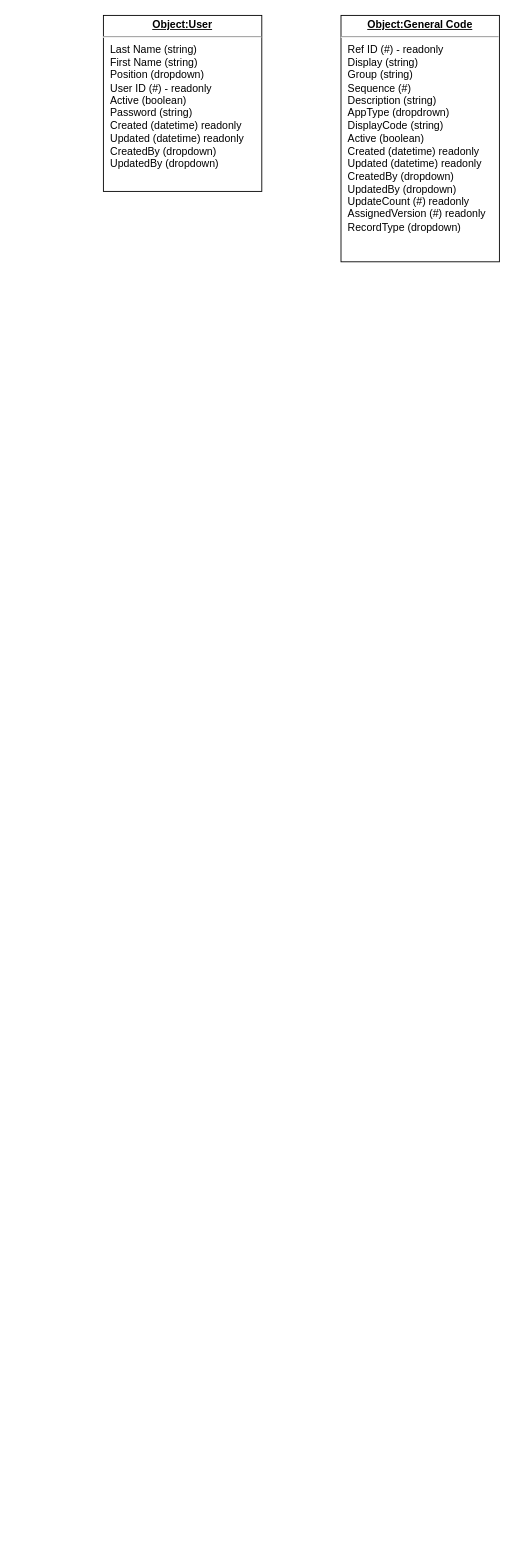
haclong/drawings keeps this draw.io diagram as page "Objects" (2 of 13) of hnc.drawio. Above is the earlier version. Source tidied: cells renumbered, new cells numbered last; positions are measured from the earlier drawing's top-left corner, leaving out a move shared by most shapes. Both pictures are drawn from the tidied source at 88%, with x=0, y=0 at pixel (103, 15).
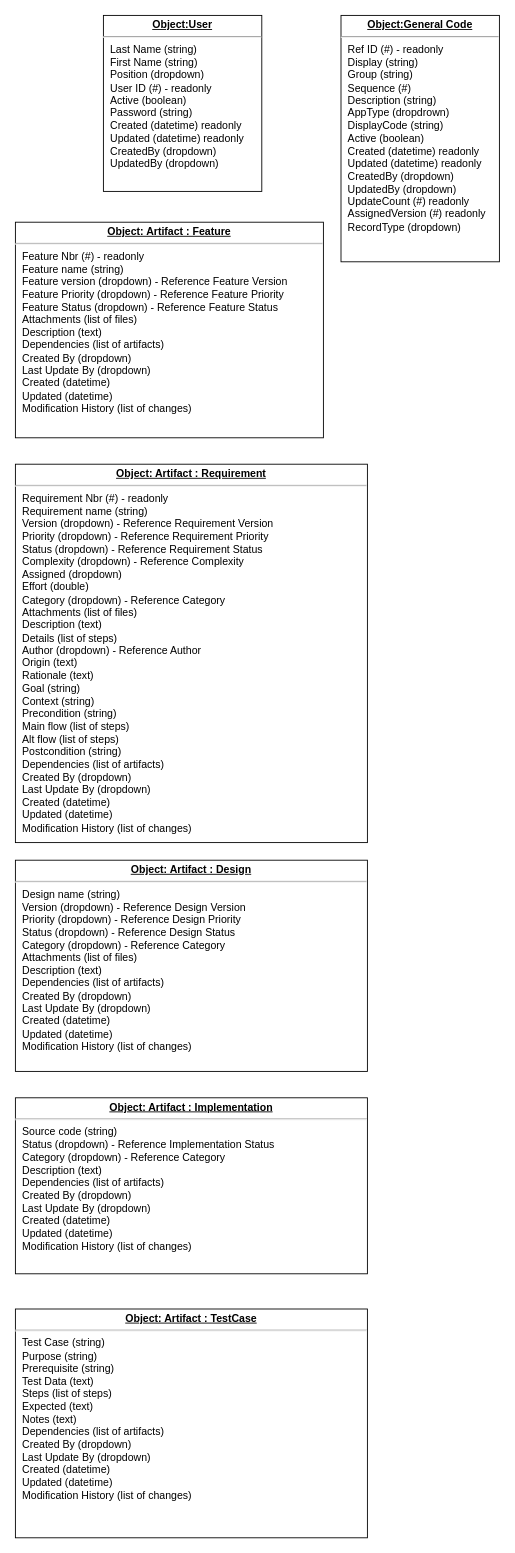
After the change.

What changed in the source:
```diff
@@
 <mxGraphModel>
   <root>
     <mxCell id="0" />
     <mxCell id="1" parent="0" />
     <mxCell id="2" value="&lt;p style=&quot;margin: 0px ; margin-top: 4px ; text-align: center ; text-decoration: underline&quot;&gt;&lt;b&gt;Object:User&lt;/b&gt;&lt;/p&gt;&lt;hr&gt;&lt;p style=&quot;margin: 0px ; margin-left: 8px&quot;&gt;Last Name (string)&lt;/p&gt;&lt;p style=&quot;margin: 0px ; margin-left: 8px&quot;&gt;First Name (string)&lt;/p&gt;&lt;p style=&quot;margin: 0px ; margin-left: 8px&quot;&gt;Position (dropdown)&lt;/p&gt;&lt;p style=&quot;margin: 0px ; margin-left: 8px&quot;&gt;User ID (#) - readonly&lt;/p&gt;&lt;p style=&quot;margin: 0px ; margin-left: 8px&quot;&gt;Active (boolean)&lt;/p&gt;&lt;p style=&quot;margin: 0px ; margin-left: 8px&quot;&gt;Password (string)&lt;/p&gt;&lt;p style=&quot;margin: 0px ; margin-left: 8px&quot;&gt;Created (datetime) readonly&lt;br&gt;&lt;/p&gt;&lt;p style=&quot;margin: 0px ; margin-left: 8px&quot;&gt;Updated (datetime) readonly&lt;br&gt;&lt;/p&gt;&lt;p style=&quot;margin: 0px ; margin-left: 8px&quot;&gt;CreatedBy (dropdown)&lt;/p&gt;&lt;p style=&quot;margin: 0px ; margin-left: 8px&quot;&gt;UpdatedBy (dropdown)&lt;br&gt;&lt;/p&gt;" style="verticalAlign=top;align=left;overflow=fill;fontSize=12;fontFamily=Helvetica;html=1;" parent="1" vertex="1">
       <mxGeometry width="180" height="200" as="geometry" />
     </mxCell>
     <mxCell id="3" value="&lt;p style=&quot;margin: 0px ; margin-top: 4px ; text-align: center ; text-decoration: underline&quot;&gt;&lt;b&gt;Object:General Code&lt;br&gt;&lt;/b&gt;&lt;/p&gt;&lt;hr&gt;&lt;p style=&quot;margin: 0px ; margin-left: 8px&quot;&gt;Ref ID (#) - readonly&lt;/p&gt;&lt;p style=&quot;margin: 0px ; margin-left: 8px&quot;&gt;Display (string)&lt;/p&gt;&lt;p style=&quot;margin: 0px ; margin-left: 8px&quot;&gt;Group (string)&lt;br&gt;&lt;/p&gt;&lt;p style=&quot;margin: 0px ; margin-left: 8px&quot;&gt;Sequence (#)&lt;/p&gt;&lt;p style=&quot;margin: 0px ; margin-left: 8px&quot;&gt;Description (string)&lt;/p&gt;&lt;p style=&quot;margin: 0px ; margin-left: 8px&quot;&gt;AppType (dropdrown)&lt;/p&gt;&lt;p style=&quot;margin: 0px ; margin-left: 8px&quot;&gt;DisplayCode (string)&lt;/p&gt;&lt;p style=&quot;margin: 0px ; margin-left: 8px&quot;&gt;Active (boolean)&lt;/p&gt;&lt;p style=&quot;margin: 0px ; margin-left: 8px&quot;&gt;Created (datetime) readonly&lt;/p&gt;&lt;p style=&quot;margin: 0px ; margin-left: 8px&quot;&gt;Updated (datetime) readonly&lt;/p&gt;&lt;p style=&quot;margin: 0px ; margin-left: 8px&quot;&gt;CreatedBy (dropdown)&lt;/p&gt;&lt;p style=&quot;margin: 0px ; margin-left: 8px&quot;&gt;UpdatedBy (dropdown)&lt;/p&gt;&lt;p style=&quot;margin: 0px ; margin-left: 8px&quot;&gt;UpdateCount (#) readonly&lt;/p&gt;&lt;p style=&quot;margin: 0px ; margin-left: 8px&quot;&gt;AssignedVersion (#) readonly&lt;/p&gt;&lt;p style=&quot;margin: 0px ; margin-left: 8px&quot;&gt;RecordType (dropdown)&lt;br&gt;&lt;/p&gt;" style="verticalAlign=top;align=left;overflow=fill;fontSize=12;fontFamily=Helvetica;html=1;" parent="1" vertex="1">
       <mxGeometry x="270" width="180" height="280" as="geometry" />
     </mxCell>
+    <mxCell id="4" value="&lt;p style=&quot;margin: 0px ; margin-top: 4px ; text-align: center ; text-decoration: underline&quot;&gt;&lt;b&gt;Object: Artifact : Feature&lt;br&gt;&lt;/b&gt;&lt;/p&gt;&lt;hr&gt;&lt;p style=&quot;margin: 0px ; margin-left: 8px&quot;&gt;Feature Nbr (#) - readonly&lt;/p&gt;&lt;p style=&quot;margin: 0px ; margin-left: 8px&quot;&gt;Feature name (string)&lt;/p&gt;&lt;p style=&quot;margin: 0px ; margin-left: 8px&quot;&gt;Feature version (dropdown) - Reference Feature Version&lt;br&gt;&lt;/p&gt;&lt;p style=&quot;margin: 0px ; margin-left: 8px&quot;&gt;Feature Priority (dropdown) - Reference Feature Priority&lt;/p&gt;&lt;p style=&quot;margin: 0px ; margin-left: 8px&quot;&gt;Feature Status (dropdown) - Reference Feature Status&lt;/p&gt;&lt;p style=&quot;margin: 0px ; margin-left: 8px&quot;&gt;Attachments (list of files)&lt;/p&gt;&lt;p style=&quot;margin: 0px ; margin-left: 8px&quot;&gt;Description (text)&lt;/p&gt;&lt;p style=&quot;margin: 0px ; margin-left: 8px&quot;&gt;Dependencies (list of artifacts)&lt;/p&gt;&lt;p style=&quot;margin: 0px ; margin-left: 8px&quot;&gt;Created By (dropdown)&lt;/p&gt;&lt;p style=&quot;margin: 0px ; margin-left: 8px&quot;&gt;Last Update By (dropdown)&lt;/p&gt;&lt;p style=&quot;margin: 0px ; margin-left: 8px&quot;&gt;Created (datetime)&lt;/p&gt;&lt;p style=&quot;margin: 0px ; margin-left: 8px&quot;&gt;Updated (datetime)&lt;/p&gt;&lt;p style=&quot;margin: 0px ; margin-left: 8px&quot;&gt;Modification History (list of changes)&lt;br&gt;&lt;/p&gt;" style="verticalAlign=top;align=left;overflow=fill;fontSize=12;fontFamily=Helvetica;html=1;" parent="1" vertex="1">
+      <mxGeometry x="-100" y="235" width="350" height="245" as="geometry" />
+    </mxCell>
+    <mxCell id="5" value="&lt;p style=&quot;margin: 0px ; margin-top: 4px ; text-align: center ; text-decoration: underline&quot;&gt;&lt;b&gt;Object: Artifact : Requirement&lt;br&gt;&lt;/b&gt;&lt;/p&gt;&lt;hr&gt;&lt;p style=&quot;margin: 0px ; margin-left: 8px&quot;&gt;Requirement Nbr (#) - readonly&lt;/p&gt;&lt;p style=&quot;margin: 0px ; margin-left: 8px&quot;&gt;Requirement name (string)&lt;/p&gt;&lt;p style=&quot;margin: 0px ; margin-left: 8px&quot;&gt;Version (dropdown) - Reference Requirement Version&lt;br&gt;&lt;/p&gt;&lt;p style=&quot;margin: 0px ; margin-left: 8px&quot;&gt;Priority (dropdown) - Reference Requirement Priority&lt;/p&gt;&lt;p style=&quot;margin: 0px ; margin-left: 8px&quot;&gt;Status (dropdown) - Reference Requirement Status&lt;/p&gt;&lt;p style=&quot;margin: 0px ; margin-left: 8px&quot;&gt;Complexity (dropdown) - Reference Complexity&lt;/p&gt;&lt;p style=&quot;margin: 0px ; margin-left: 8px&quot;&gt;Assigned (dropdown) &lt;br&gt;&lt;/p&gt;&lt;p style=&quot;margin: 0px ; margin-left: 8px&quot;&gt;Effort (double)&lt;/p&gt;&lt;p style=&quot;margin: 0px ; margin-left: 8px&quot;&gt;Category (dropdown) - Reference Category&lt;br&gt;&lt;/p&gt;&lt;p style=&quot;margin: 0px ; margin-left: 8px&quot;&gt;Attachments (list of files)&lt;/p&gt;&lt;p style=&quot;margin: 0px ; margin-left: 8px&quot;&gt;Description (text)&lt;/p&gt;&lt;p style=&quot;margin: 0px ; margin-left: 8px&quot;&gt;Details (list of steps)&lt;/p&gt;&lt;p style=&quot;margin: 0px ; margin-left: 8px&quot;&gt;Author (dropdown) - Reference Author&lt;/p&gt;&lt;p style=&quot;margin: 0px ; margin-left: 8px&quot;&gt;Origin (text)&lt;/p&gt;&lt;p style=&quot;margin: 0px ; margin-left: 8px&quot;&gt;Rationale (text)&lt;/p&gt;&lt;p style=&quot;margin: 0px ; margin-left: 8px&quot;&gt;Goal (string)&lt;/p&gt;&lt;p style=&quot;margin: 0px ; margin-left: 8px&quot;&gt;Context (string)&lt;/p&gt;&lt;p style=&quot;margin: 0px ; margin-left: 8px&quot;&gt;Precondition (string)&lt;/p&gt;&lt;p style=&quot;margin: 0px ; margin-left: 8px&quot;&gt;Main flow (list of steps)&lt;/p&gt;&lt;p style=&quot;margin: 0px ; margin-left: 8px&quot;&gt;Alt flow (list of steps)&lt;/p&gt;&lt;p style=&quot;margin: 0px ; margin-left: 8px&quot;&gt;Postcondition (string)&lt;br&gt;&lt;/p&gt;&lt;p style=&quot;margin: 0px ; margin-left: 8px&quot;&gt;Dependencies (list of artifacts)&lt;/p&gt;&lt;p style=&quot;margin: 0px ; margin-left: 8px&quot;&gt;Created By (dropdown)&lt;/p&gt;&lt;p style=&quot;margin: 0px ; margin-left: 8px&quot;&gt;Last Update By (dropdown)&lt;/p&gt;&lt;p style=&quot;margin: 0px ; margin-left: 8px&quot;&gt;Created (datetime)&lt;/p&gt;&lt;p style=&quot;margin: 0px ; margin-left: 8px&quot;&gt;Updated (datetime)&lt;/p&gt;&lt;p style=&quot;margin: 0px ; margin-left: 8px&quot;&gt;Modification History (list of changes)&lt;br&gt;&lt;/p&gt;" style="verticalAlign=top;align=left;overflow=fill;fontSize=12;fontFamily=Helvetica;html=1;" parent="1" vertex="1">
+      <mxGeometry x="-100" y="510" width="400" height="430" as="geometry" />
+    </mxCell>
+    <mxCell id="6" value="&lt;p style=&quot;margin: 0px ; margin-top: 4px ; text-align: center ; text-decoration: underline&quot;&gt;&lt;b&gt;Object: Artifact : Design&lt;br&gt;&lt;/b&gt;&lt;/p&gt;&lt;hr&gt;&lt;p style=&quot;margin: 0px ; margin-left: 8px&quot;&gt;Design name (string)&lt;/p&gt;&lt;p style=&quot;margin: 0px ; margin-left: 8px&quot;&gt;Version (dropdown) - Reference Design Version&lt;br&gt;&lt;/p&gt;&lt;p style=&quot;margin: 0px ; margin-left: 8px&quot;&gt;Priority (dropdown) - Reference Design Priority&lt;/p&gt;&lt;p style=&quot;margin: 0px ; margin-left: 8px&quot;&gt;Status (dropdown) - Reference Design Status&lt;/p&gt;&lt;p style=&quot;margin: 0px ; margin-left: 8px&quot;&gt;Category (dropdown) - Reference Category&lt;/p&gt;&lt;p style=&quot;margin: 0px ; margin-left: 8px&quot;&gt;Attachments (list of files)&lt;/p&gt;&lt;p style=&quot;margin: 0px ; margin-left: 8px&quot;&gt;Description (text)&lt;/p&gt;&lt;p style=&quot;margin: 0px ; margin-left: 8px&quot;&gt;Dependencies (list of artifacts)&lt;/p&gt;&lt;p style=&quot;margin: 0px ; margin-left: 8px&quot;&gt;Created By (dropdown)&lt;/p&gt;&lt;p style=&quot;margin: 0px ; margin-left: 8px&quot;&gt;Last Update By (dropdown)&lt;/p&gt;&lt;p style=&quot;margin: 0px ; margin-left: 8px&quot;&gt;Created (datetime)&lt;/p&gt;&lt;p style=&quot;margin: 0px ; margin-left: 8px&quot;&gt;Updated (datetime)&lt;/p&gt;&lt;p style=&quot;margin: 0px ; margin-left: 8px&quot;&gt;Modification History (list of changes)&lt;br&gt;&lt;/p&gt;" style="verticalAlign=top;align=left;overflow=fill;fontSize=12;fontFamily=Helvetica;html=1;" parent="1" vertex="1">
+      <mxGeometry x="-100" y="960" width="400" height="240" as="geometry" />
+    </mxCell>
+    <mxCell id="7" value="&lt;p style=&quot;margin: 0px ; margin-top: 4px ; text-align: center ; text-decoration: underline&quot;&gt;&lt;b&gt;Object: Artifact : Implementation&lt;br&gt;&lt;/b&gt;&lt;/p&gt;&lt;hr&gt;&lt;p style=&quot;margin: 0px ; margin-left: 8px&quot;&gt;Source code (string)&lt;/p&gt;&lt;p style=&quot;margin: 0px ; margin-left: 8px&quot;&gt;Status (dropdown) - Reference Implementation Status&lt;/p&gt;&lt;p style=&quot;margin: 0px ; margin-left: 8px&quot;&gt;Category (dropdown) - Reference Category&lt;/p&gt;&lt;p style=&quot;margin: 0px ; margin-left: 8px&quot;&gt;Description (text)&lt;/p&gt;&lt;p style=&quot;margin: 0px ; margin-left: 8px&quot;&gt;Dependencies (list of artifacts)&lt;/p&gt;&lt;p style=&quot;margin: 0px ; margin-left: 8px&quot;&gt;Created By (dropdown)&lt;/p&gt;&lt;p style=&quot;margin: 0px ; margin-left: 8px&quot;&gt;Last Update By (dropdown)&lt;/p&gt;&lt;p style=&quot;margin: 0px ; margin-left: 8px&quot;&gt;Created (datetime)&lt;/p&gt;&lt;p style=&quot;margin: 0px ; margin-left: 8px&quot;&gt;Updated (datetime)&lt;/p&gt;&lt;p style=&quot;margin: 0px ; margin-left: 8px&quot;&gt;Modification History (list of changes)&lt;br&gt;&lt;/p&gt;" style="verticalAlign=top;align=left;overflow=fill;fontSize=12;fontFamily=Helvetica;html=1;" parent="1" vertex="1">
+      <mxGeometry x="-100" y="1230" width="400" height="200" as="geometry" />
+    </mxCell>
+    <mxCell id="8" value="&lt;p style=&quot;margin: 0px ; margin-top: 4px ; text-align: center ; text-decoration: underline&quot;&gt;&lt;b&gt;Object: Artifact : TestCase&lt;br&gt;&lt;/b&gt;&lt;/p&gt;&lt;hr&gt;&lt;p style=&quot;margin: 0px ; margin-left: 8px&quot;&gt;Test Case (string)&lt;/p&gt;&lt;p style=&quot;margin: 0px ; margin-left: 8px&quot;&gt;Purpose (string)&lt;/p&gt;&lt;p style=&quot;margin: 0px ; margin-left: 8px&quot;&gt;Prerequisite (string)&lt;/p&gt;&lt;p style=&quot;margin: 0px ; margin-left: 8px&quot;&gt;Test Data (text)&lt;/p&gt;&lt;p style=&quot;margin: 0px ; margin-left: 8px&quot;&gt;Steps (list of steps)&lt;/p&gt;&lt;p style=&quot;margin: 0px ; margin-left: 8px&quot;&gt;Expected (text)&lt;/p&gt;&lt;p style=&quot;margin: 0px ; margin-left: 8px&quot;&gt;Notes (text)&lt;br&gt;&lt;/p&gt;&lt;p style=&quot;margin: 0px ; margin-left: 8px&quot;&gt;Dependencies (list of artifacts)&lt;/p&gt;&lt;p style=&quot;margin: 0px ; margin-left: 8px&quot;&gt;Created By (dropdown)&lt;/p&gt;&lt;p style=&quot;margin: 0px ; margin-left: 8px&quot;&gt;Last Update By (dropdown)&lt;/p&gt;&lt;p style=&quot;margin: 0px ; margin-left: 8px&quot;&gt;Created (datetime)&lt;/p&gt;&lt;p style=&quot;margin: 0px ; margin-left: 8px&quot;&gt;Updated (datetime)&lt;/p&gt;&lt;p style=&quot;margin: 0px ; margin-left: 8px&quot;&gt;Modification History (list of changes)&lt;br&gt;&lt;/p&gt;" style="verticalAlign=top;align=left;overflow=fill;fontSize=12;fontFamily=Helvetica;html=1;" parent="1" vertex="1">
+      <mxGeometry x="-100" y="1470" width="400" height="260" as="geometry" />
+    </mxCell>
   </root>
 </mxGraphModel>
```
